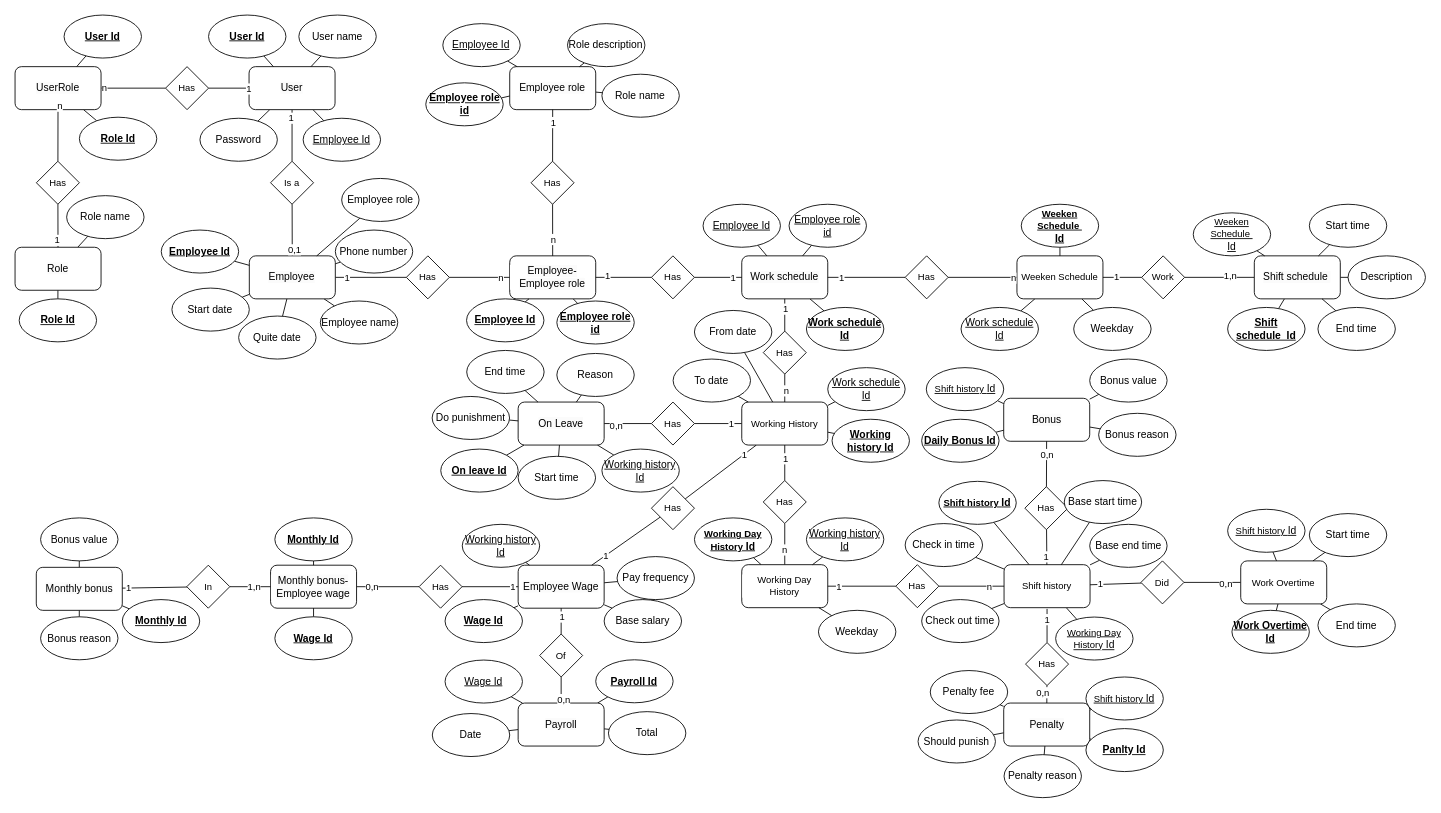
Before: Doc/ER.drawio in HoangDepTraiBoDoiThe/EmployeeManagement, a draw.io diagram. Source tidied: cells renumbered, new cells numbered last; positions are measured from the earlier drawing's top-left corner, leaving out a move shared by most shapes. Both pictures are drawn from the tidied source at 86%, with x=0, y=0 at pixel (15, 15).
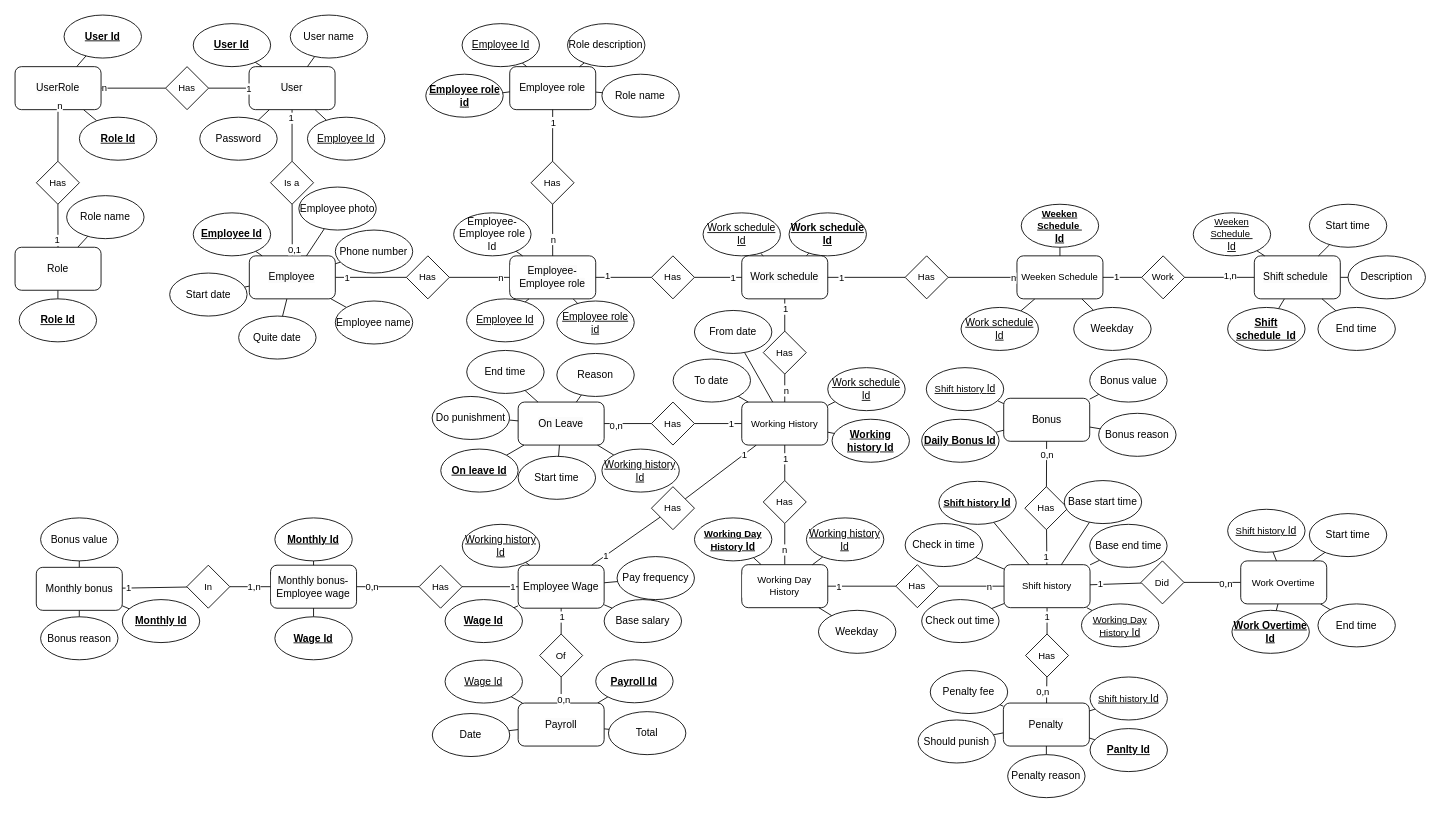
Above is the later version.

Commit message (it also covers changes not shown here):
Modified employee and role accordingly to the ERD

Unchanged cells that the change refers to:
```xml
<mxCell id="67" value="&lt;span style=&quot;font-size: 12px; background-color: rgb(251, 251, 251);&quot;&gt;Work schedule&lt;/span&gt;" style="rounded=1;whiteSpace=wrap;html=1;fontFamily=Helvetica;fontSize=11;fontColor=default;labelBackgroundColor=default;" parent="1" vertex="1">
  <mxGeometry x="845" y="280" width="100" height="50" as="geometry" />
</mxCell>
<mxCell id="216" value="&lt;span style=&quot;font-size: 12px; background-color: rgb(251, 251, 251);&quot;&gt;Employee-&lt;/span&gt;&lt;span style=&quot;font-size: 12px; background-color: rgb(251, 251, 251);&quot;&gt;Employee role&lt;/span&gt;" style="rounded=1;whiteSpace=wrap;html=1;fontFamily=Helvetica;fontSize=11;fontColor=default;labelBackgroundColor=default;" parent="1" vertex="1">
  <mxGeometry x="575.2" y="280" width="100" height="50" as="geometry" />
</mxCell>
```

Change to the diagram source:
```diff
@@
     <mxCell id="31" value="&lt;span style=&quot;font-size: 12px; background-color: rgb(251, 251, 251);&quot;&gt;Penalty&lt;/span&gt;" style="rounded=1;whiteSpace=wrap;html=1;fontFamily=Helvetica;fontSize=11;fontColor=default;labelBackgroundColor=default;" parent="1" vertex="1">
-      <mxGeometry x="1149.6" y="800" width="100" height="50" as="geometry" />
+      <mxGeometry x="1149.2" y="800" width="100" height="50" as="geometry" />
     </mxCell>
@@
     <mxCell id="35" value="Employee name" style="ellipse;whiteSpace=wrap;html=1;fontStyle=0;" parent="1" vertex="1">
-      <mxGeometry x="355" y="332.5" width="90" height="50" as="geometry" />
+      <mxGeometry x="372.4" y="332.5" width="90" height="50" as="geometry" />
     </mxCell>
@@
     <mxCell id="37" value="Start date" style="ellipse;whiteSpace=wrap;html=1;fontStyle=0;" parent="1" vertex="1">
-      <mxGeometry x="182.4" y="317.5" width="90" height="50" as="geometry" />
+      <mxGeometry x="179.8" y="300" width="90" height="50" as="geometry" />
     </mxCell>
@@
     <mxCell id="57" value="User Id" style="ellipse;whiteSpace=wrap;html=1;fontStyle=5;" parent="1" vertex="1">
-      <mxGeometry x="225" width="90" height="50" as="geometry" />
+      <mxGeometry x="207.2" y="10" width="90" height="50" as="geometry" />
     </mxCell>
     <mxCell id="58" value="Password" style="ellipse;whiteSpace=wrap;html=1;fontStyle=0;" parent="1" vertex="1">
-      <mxGeometry x="215" y="120" width="90" height="50" as="geometry" />
+      <mxGeometry x="214.8" y="118.8" width="90" height="50" as="geometry" />
     </mxCell>
@@
     <mxCell id="61" value="Employee Id" style="ellipse;whiteSpace=wrap;html=1;fontStyle=5;" parent="1" vertex="1">
-      <mxGeometry x="170" y="250" width="90" height="50" as="geometry" />
+      <mxGeometry x="207.2" y="230" width="90" height="50" as="geometry" />
     </mxCell>
     <mxCell id="62" value="User name" style="ellipse;whiteSpace=wrap;html=1;fontStyle=0;" parent="1" vertex="1">
-      <mxGeometry x="330" width="90" height="50" as="geometry" />
+      <mxGeometry x="320" width="90" height="50" as="geometry" />
     </mxCell>
@@
     <mxCell id="65" value="Panlty Id" style="ellipse;whiteSpace=wrap;html=1;fontStyle=5;" parent="1" vertex="1">
-      <mxGeometry x="1245.2" y="829.7" width="90" height="50" as="geometry" />
+      <mxGeometry x="1250" y="829.7" width="90" height="50" as="geometry" />
     </mxCell>
@@
     <mxCell id="68" value="Work schedule Id" style="ellipse;whiteSpace=wrap;html=1;fontStyle=5;" parent="1" vertex="1">
-      <mxGeometry x="920.2" y="340" width="90" height="50" as="geometry" />
+      <mxGeometry x="900" y="230" width="90" height="50" as="geometry" />
     </mxCell>
@@
     <mxCell id="129" value="Penalty reason" style="ellipse;whiteSpace=wrap;html=1;fontStyle=0;" parent="1" vertex="1">
-      <mxGeometry x="1150" y="860" width="90" height="50" as="geometry" />
+      <mxGeometry x="1154.2" y="860" width="90" height="50" as="geometry" />
     </mxCell>
@@
     <mxCell id="139" value="Has" style="rhombus;whiteSpace=wrap;html=1;fontFamily=Helvetica;fontSize=11;fontColor=default;labelBackgroundColor=default;" parent="1" vertex="1">
-      <mxGeometry x="1175" y="729.7" width="50" height="50" as="geometry" />
+      <mxGeometry x="1175" y="719.7" width="50" height="50" as="geometry" />
     </mxCell>
     <mxCell id="140" value="&lt;span style=&quot;font-size: 11px; background-color: rgb(255, 255, 255);&quot;&gt;Shift history&amp;nbsp;&lt;/span&gt;&lt;span style=&quot;&quot;&gt;Id&lt;/span&gt;" style="ellipse;whiteSpace=wrap;html=1;fontStyle=4;" parent="1" vertex="1">
-      <mxGeometry x="1245.2" y="769.7" width="90" height="50" as="geometry" />
+      <mxGeometry x="1250" y="769.7" width="90" height="50" as="geometry" />
     </mxCell>
@@
     <mxCell id="153" value="Employee Id" style="ellipse;whiteSpace=wrap;html=1;fontStyle=4;" parent="1" vertex="1">
-      <mxGeometry x="335" y="120" width="90" height="50" as="geometry" />
+      <mxGeometry x="340" y="118.8" width="90" height="50" as="geometry" />
     </mxCell>
@@
-    <mxCell id="171" value="Employee role" style="ellipse;whiteSpace=wrap;html=1;fontStyle=0;" parent="1" vertex="1">
-      <mxGeometry x="379.8" y="190" width="90" height="50" as="geometry" />
+    <mxCell id="171" value="Employee photo" style="ellipse;whiteSpace=wrap;html=1;fontStyle=0;" parent="1" vertex="1">
+      <mxGeometry x="330" y="200" width="90" height="50" as="geometry" />
     </mxCell>
@@
     <mxCell id="175" value="&lt;span style=&quot;font-size: 11px; background-color: rgb(255, 255, 255);&quot;&gt;Working Day History&lt;/span&gt;&lt;span style=&quot;&quot;&gt;&amp;nbsp;Id&lt;/span&gt;" style="ellipse;whiteSpace=wrap;html=1;fontStyle=4;" parent="1" vertex="1">
-      <mxGeometry x="1210" y="700" width="90" height="50" as="geometry" />
+      <mxGeometry x="1240" y="684.7" width="90" height="50" as="geometry" />
     </mxCell>
@@
     <mxCell id="196" value="Employee role id" style="ellipse;whiteSpace=wrap;html=1;fontStyle=5;" parent="1" vertex="1">
-      <mxGeometry x="477.6" y="78.8" width="90" height="50" as="geometry" />
+      <mxGeometry x="477.6" y="68.8" width="90" height="50" as="geometry" />
     </mxCell>
@@
     <mxCell id="210" value="Employee Id" style="ellipse;whiteSpace=wrap;html=1;fontStyle=4;" parent="1" vertex="1">
-      <mxGeometry x="497.4" y="10" width="90" height="50" as="geometry" />
+      <mxGeometry x="519.8" y="10" width="90" height="50" as="geometry" />
     </mxCell>
@@
-    <mxCell id="223" value="Employee role id" style="ellipse;whiteSpace=wrap;html=1;fontStyle=5;" parent="1" vertex="1">
+    <mxCell id="223" value="Employee role id" style="ellipse;whiteSpace=wrap;html=1;fontStyle=4;" parent="1" vertex="1">
       <mxGeometry x="630" y="332.5" width="90" height="50" as="geometry" />
     </mxCell>
@@
-    <mxCell id="225" value="Employee Id" style="ellipse;whiteSpace=wrap;html=1;fontStyle=5;" parent="1" vertex="1">
+    <mxCell id="225" value="Employee Id" style="ellipse;whiteSpace=wrap;html=1;fontStyle=4;" parent="1" vertex="1">
       <mxGeometry x="525" y="330" width="90" height="50" as="geometry" />
     </mxCell>
-    <mxCell id="226" style="edgeStyle=none;shape=connector;rounded=0;jettySize=auto;html=1;strokeColor=default;align=center;verticalAlign=middle;fontFamily=Helvetica;fontSize=11;fontColor=default;labelBackgroundColor=default;endArrow=none;endFill=0;" parent="1" edge="1" source="227" target="67">
-      <mxGeometry relative="1" as="geometry" />
-    </mxCell>
-    <mxCell id="227" value="Employee role id" style="ellipse;whiteSpace=wrap;html=1;fontStyle=4;" parent="1" vertex="1">
-      <mxGeometry x="900" y="220" width="90" height="50" as="geometry" />
-    </mxCell>
-    <mxCell id="228" style="edgeStyle=none;shape=connector;rounded=0;jettySize=auto;html=1;strokeColor=default;align=center;verticalAlign=middle;fontFamily=Helvetica;fontSize=11;fontColor=default;labelBackgroundColor=default;endArrow=none;endFill=0;" parent="1" edge="1" source="229" target="67">
-      <mxGeometry relative="1" as="geometry" />
-    </mxCell>
-    <mxCell id="229" value="Employee Id" style="ellipse;whiteSpace=wrap;html=1;fontStyle=4;" parent="1" vertex="1">
-      <mxGeometry x="800" y="220" width="90" height="50" as="geometry" />
-    </mxCell>
@@
+    <mxCell id="271" style="edgeStyle=none;shape=connector;rounded=0;jettySize=auto;html=1;strokeColor=default;align=center;verticalAlign=middle;fontFamily=Helvetica;fontSize=11;fontColor=default;labelBackgroundColor=default;endArrow=none;endFill=0;" parent="1" edge="1" source="272" target="67">
+      <mxGeometry relative="1" as="geometry" />
+    </mxCell>
+    <mxCell id="272" value="Work schedule Id" style="ellipse;whiteSpace=wrap;html=1;fontStyle=4;" parent="1" vertex="1">
+      <mxGeometry x="800" y="230" width="90" height="50" as="geometry" />
+    </mxCell>
+    <mxCell id="273" style="edgeStyle=none;shape=connector;rounded=0;jettySize=auto;html=1;strokeColor=default;align=center;verticalAlign=middle;fontFamily=Helvetica;fontSize=11;fontColor=default;labelBackgroundColor=default;endArrow=none;endFill=0;" parent="1" edge="1" source="274" target="216">
+      <mxGeometry relative="1" as="geometry" />
+    </mxCell>
+    <mxCell id="274" value="&lt;span style=&quot;font-weight: 400;&quot;&gt;Employee-&lt;/span&gt;&lt;span style=&quot;font-weight: 400;&quot;&gt;Employee role Id&lt;/span&gt;" style="ellipse;whiteSpace=wrap;html=1;fontStyle=1;" parent="1" vertex="1">
+      <mxGeometry x="510" y="230" width="90" height="50" as="geometry" />
+    </mxCell>
```
